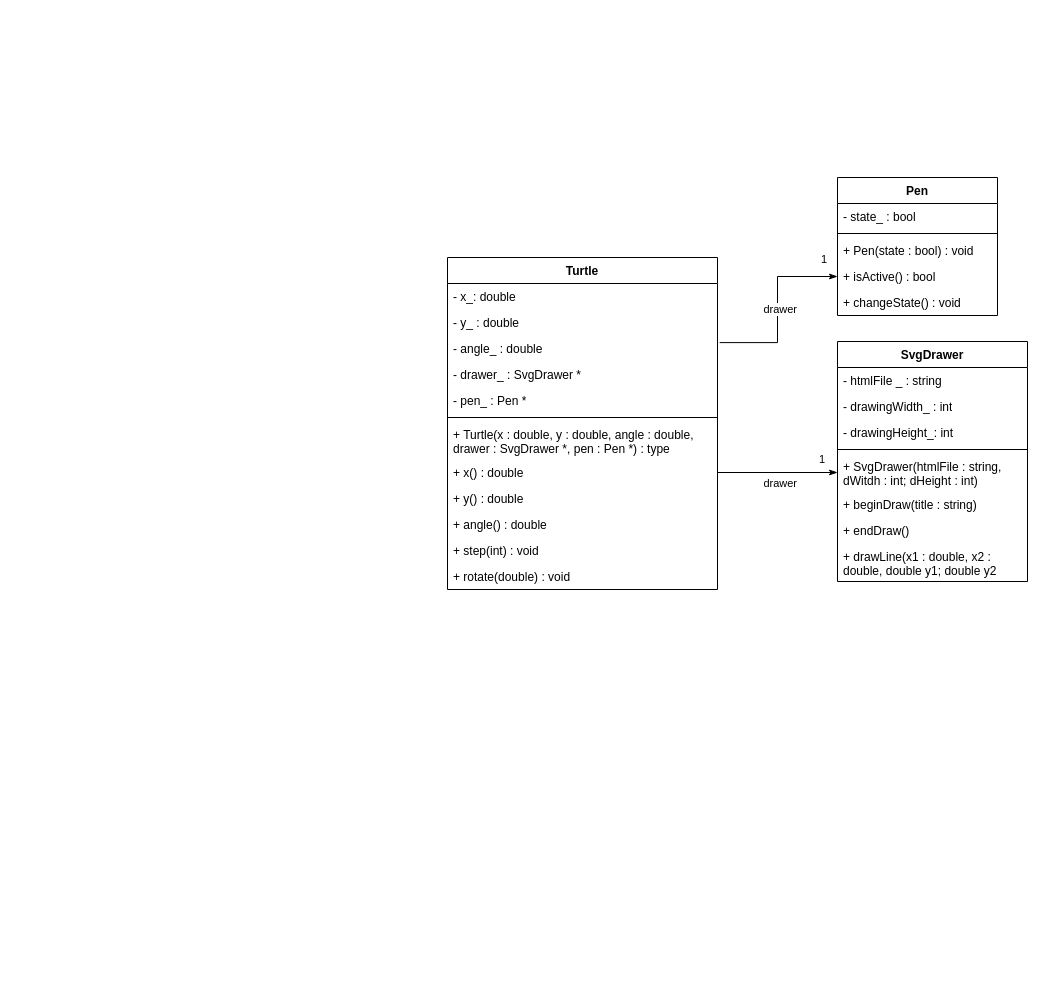
S1nwxy/ProjetPOO keeps this draw.io diagram as UML/UML.drawio. Above is the earlier version. Source tidied: cells renumbered, new cells numbered last; positions are measured from the earlier drawing's top-left corner, leaving out a move shared by most shapes. Both pictures are drawn from the tidied source at 100%, with x=0, y=0 at pixel (447, 177).
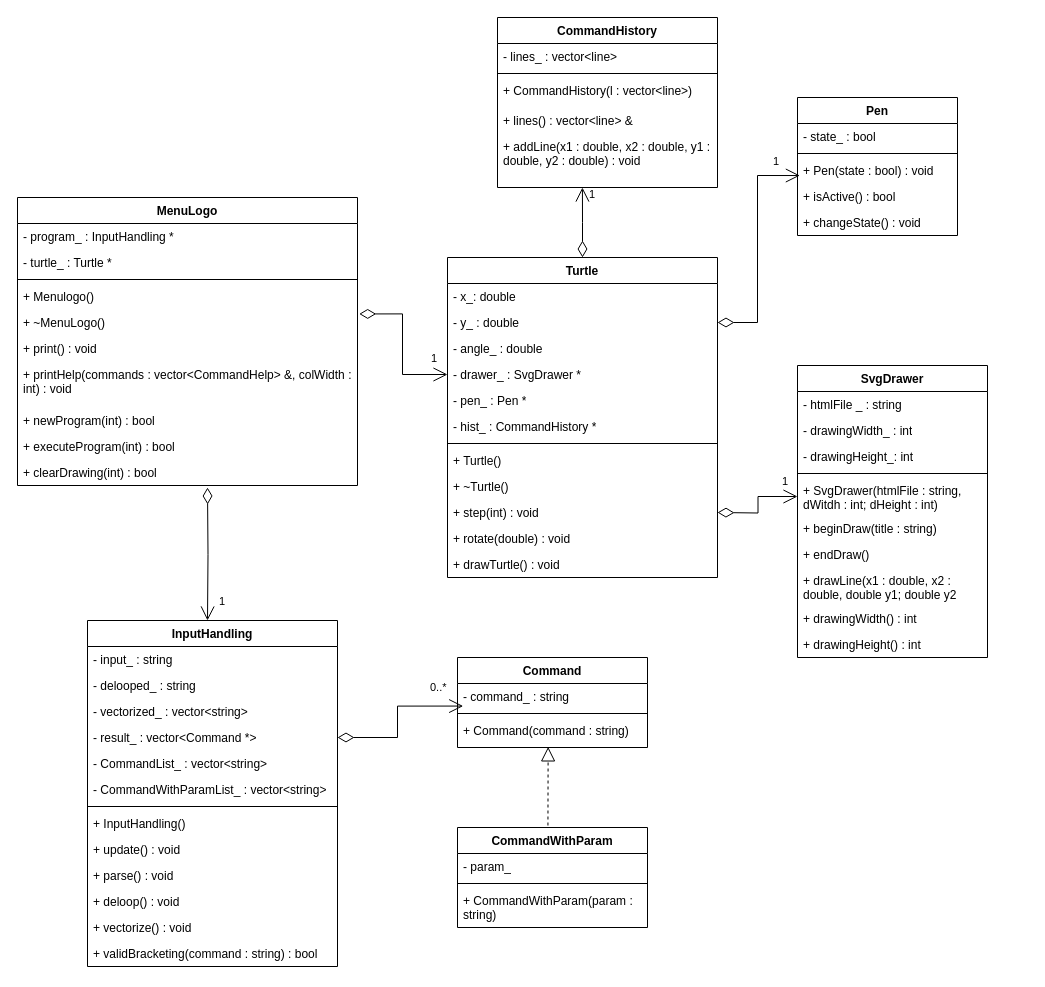
After the change.

Commit message (it also covers changes not shown here):
Update UML diagram

Unchanged cells that the change refers to:
```xml
<mxCell id="4" value="- y_ : double" style="text;strokeColor=none;fillColor=none;align=left;verticalAlign=top;spacingLeft=4;spacingRight=4;overflow=hidden;points=[[0,0.5],[1,0.5]];portConstraint=eastwest;whiteSpace=wrap;html=1;" parent="2" vertex="1">
  <mxGeometry y="52" width="270" height="26" as="geometry" />
</mxCell>
<mxCell id="5" value="- angle_ : double" style="text;strokeColor=none;fillColor=none;align=left;verticalAlign=top;spacingLeft=4;spacingRight=4;overflow=hidden;points=[[0,0.5],[1,0.5]];portConstraint=eastwest;whiteSpace=wrap;html=1;" parent="2" vertex="1">
  <mxGeometry y="78" width="270" height="26" as="geometry" />
</mxCell>
<mxCell id="6" value="- drawer_ : SvgDrawer *" style="text;strokeColor=none;fillColor=none;align=left;verticalAlign=top;spacingLeft=4;spacingRight=4;overflow=hidden;points=[[0,0.5],[1,0.5]];portConstraint=eastwest;whiteSpace=wrap;html=1;" parent="2" vertex="1">
  <mxGeometry y="104" width="270" height="26" as="geometry" />
</mxCell>
<mxCell id="18" value="+ Pen(state : bool) : void" style="text;strokeColor=none;fillColor=none;align=left;verticalAlign=top;spacingLeft=4;spacingRight=4;overflow=hidden;points=[[0,0.5],[1,0.5]];portConstraint=eastwest;whiteSpace=wrap;html=1;" parent="15" vertex="1">
  <mxGeometry y="60" width="160" height="26" as="geometry" />
</mxCell>
<mxCell id="19" value="+ isActive() : bool" style="text;strokeColor=none;fillColor=none;align=left;verticalAlign=top;spacingLeft=4;spacingRight=4;overflow=hidden;points=[[0,0.5],[1,0.5]];portConstraint=eastwest;whiteSpace=wrap;html=1;" parent="15" vertex="1">
  <mxGeometry y="86" width="160" height="26" as="geometry" />
</mxCell>
<mxCell id="26" value="+ SvgDrawer(htmlFile : string, dWitdh : int; dHeight : int)" style="text;strokeColor=none;fillColor=none;align=left;verticalAlign=top;spacingLeft=4;spacingRight=4;overflow=hidden;points=[[0,0.5],[1,0.5]];portConstraint=eastwest;whiteSpace=wrap;html=1;" parent="21" vertex="1">
  <mxGeometry y="112" width="190" height="38" as="geometry" />
</mxCell>
```

The edit, as a diff of the source:
```diff
@@
     <mxCell id="2" value="Turtle" style="swimlane;fontStyle=1;align=center;verticalAlign=top;horizontal=1;startSize=26;whiteSpace=wrap;html=1;" parent="1" vertex="1">
-      <mxGeometry y="80" width="270" height="332" as="geometry" />
+      <mxGeometry y="80" width="270" height="320" as="geometry" />
     </mxCell>
@@
+    <mxCell id="36" value="- hist_ : CommandHistory *" style="text;strokeColor=none;fillColor=none;align=left;verticalAlign=top;spacingLeft=4;spacingRight=4;overflow=hidden;whiteSpace=wrap;html=1;" parent="2" vertex="1">
+      <mxGeometry y="156" width="270" height="26" as="geometry" />
+    </mxCell>
     <mxCell id="8" style="line;strokeWidth=1;fillColor=none;align=left;verticalAlign=middle;spacingTop=-1;spacingLeft=3;spacingRight=3;labelPosition=right;strokeColor=inherit;" parent="2" vertex="1">
-      <mxGeometry y="156" width="270" height="8" as="geometry" />
+      <mxGeometry y="182" width="270" height="8" as="geometry" />
     </mxCell>
-    <mxCell id="9" value="+ Turtle(x : double, y : double, angle : double, drawer : SvgDrawer *, pen : Pen *) : type" style="text;strokeColor=none;fillColor=none;align=left;verticalAlign=top;spacingLeft=4;spacingRight=4;overflow=hidden;whiteSpace=wrap;html=1;" parent="2" vertex="1">
-      <mxGeometry y="164" width="270" height="38" as="geometry" />
-    </mxCell>
-    <mxCell id="10" value="+ x() : double" style="text;strokeColor=none;fillColor=none;align=left;verticalAlign=top;spacingLeft=4;spacingRight=4;overflow=hidden;points=[[0,0.5],[1,0.5]];portConstraint=eastwest;whiteSpace=wrap;html=1;" parent="2" vertex="1">
-      <mxGeometry y="202" width="270" height="26" as="geometry" />
-    </mxCell>
-    <mxCell id="11" value="+ y() : double" style="text;strokeColor=none;fillColor=none;align=left;verticalAlign=top;spacingLeft=4;spacingRight=4;overflow=hidden;whiteSpace=wrap;html=1;" parent="2" vertex="1">
-      <mxGeometry y="228" width="270" height="26" as="geometry" />
-    </mxCell>
-    <mxCell id="12" value="+ angle() : double" style="text;strokeColor=none;fillColor=none;align=left;verticalAlign=top;spacingLeft=4;spacingRight=4;overflow=hidden;whiteSpace=wrap;html=1;" parent="2" vertex="1">
-      <mxGeometry y="254" width="270" height="26" as="geometry" />
-    </mxCell>
+    <mxCell id="37" value="+ Turtle()" style="text;strokeColor=none;fillColor=none;align=left;verticalAlign=top;spacingLeft=4;spacingRight=4;overflow=hidden;whiteSpace=wrap;html=1;" parent="2" vertex="1">
+      <mxGeometry y="190" width="270" height="26" as="geometry" />
+    </mxCell>
+    <mxCell id="38" value="+ ~Turtle()" style="text;strokeColor=none;fillColor=none;align=left;verticalAlign=top;spacingLeft=4;spacingRight=4;overflow=hidden;whiteSpace=wrap;html=1;" parent="2" vertex="1">
+      <mxGeometry y="216" width="270" height="26" as="geometry" />
+    </mxCell>
     <mxCell id="13" value="+ step(int) : void" style="text;strokeColor=none;fillColor=none;align=left;verticalAlign=top;spacingLeft=4;spacingRight=4;overflow=hidden;whiteSpace=wrap;html=1;" parent="2" vertex="1">
-      <mxGeometry y="280" width="270" height="26" as="geometry" />
+      <mxGeometry y="242" width="270" height="26" as="geometry" />
     </mxCell>
     <mxCell id="14" value="+ rotate(double) : void" style="text;strokeColor=none;fillColor=none;align=left;verticalAlign=top;spacingLeft=4;spacingRight=4;overflow=hidden;whiteSpace=wrap;html=1;" parent="2" vertex="1">
-      <mxGeometry y="306" width="270" height="26" as="geometry" />
+      <mxGeometry y="268" width="270" height="26" as="geometry" />
     </mxCell>
+    <mxCell id="39" value="+ drawTurtle() : void" style="text;strokeColor=none;fillColor=none;align=left;verticalAlign=top;spacingLeft=4;spacingRight=4;overflow=hidden;whiteSpace=wrap;html=1;" parent="2" vertex="1">
+      <mxGeometry y="294" width="270" height="26" as="geometry" />
+    </mxCell>
     <mxCell id="15" value="Pen" style="swimlane;fontStyle=1;align=center;verticalAlign=top;horizontal=1;startSize=26;whiteSpace=wrap;html=1;" parent="1" vertex="1">
-      <mxGeometry x="390" width="160" height="138" as="geometry" />
+      <mxGeometry x="350" y="-80" width="160" height="138" as="geometry" />
     </mxCell>
@@
     <mxCell id="21" value="SvgDrawer" style="swimlane;fontStyle=1;align=center;verticalAlign=top;horizontal=1;startSize=26;whiteSpace=wrap;html=1;" parent="1" vertex="1">
-      <mxGeometry x="390" y="164" width="190" height="240" as="geometry" />
+      <mxGeometry x="350" y="188" width="190" height="292" as="geometry" />
     </mxCell>
@@
-    <mxCell id="30" style="endArrow=classicThin;html=1;rounded=0;exitX=1;exitY=0.5;exitDx=0;exitDy=0;entryX=0;entryY=0.5;entryDx=0;entryDy=0;endFill=1;" parent="1" edge="1" source="10" target="26">
-      <mxGeometry relative="1" as="geometry" />
-    </mxCell>
-    <mxCell id="31" value="1" style="edgeLabel;html=1;align=left;verticalAlign=bottom;" parent="30" vertex="1">
-      <mxGeometry x="-1" relative="1" as="geometry">
-        <mxPoint x="100" y="-5" as="offset" />
-      </mxGeometry>
-    </mxCell>
-    <mxCell id="32" value="drawer" style="edgeLabel;html=1;align=right;verticalAlign=bottom;" parent="30" vertex="1">
-      <mxGeometry x="1" relative="1" as="geometry">
-        <mxPoint x="-40" y="19" as="offset" />
-      </mxGeometry>
-    </mxCell>
-    <mxCell id="33" style="endArrow=classicThin;html=1;rounded=0;exitX=1.008;exitY=0.273;exitDx=0;exitDy=0;entryX=0;entryY=0.5;entryDx=0;entryDy=0;endFill=1;exitPerimeter=0;edgeStyle=orthogonalEdgeStyle;" parent="1" edge="1" source="5" target="19">
-      <mxGeometry relative="1" as="geometry" />
-    </mxCell>
-    <mxCell id="34" value="1" style="edgeLabel;html=1;align=left;verticalAlign=bottom;" parent="33" vertex="1">
-      <mxGeometry x="-1" relative="1" as="geometry">
-        <mxPoint x="100" y="-75" as="offset" />
-      </mxGeometry>
-    </mxCell>
-    <mxCell id="35" value="drawer" style="edgeLabel;html=1;align=right;verticalAlign=bottom;" parent="33" vertex="1">
-      <mxGeometry x="1" relative="1" as="geometry">
-        <mxPoint x="-40" y="41" as="offset" />
-      </mxGeometry>
-    </mxCell>
+    <mxCell id="40" value="+ drawingWidth() : int" style="text;strokeColor=none;fillColor=none;align=left;verticalAlign=top;spacingLeft=4;spacingRight=4;overflow=hidden;whiteSpace=wrap;html=1;" parent="21" vertex="1">
+      <mxGeometry y="240" width="190" height="26" as="geometry" />
+    </mxCell>
+    <mxCell id="41" value="+ drawingHeight() : int" style="text;strokeColor=none;fillColor=none;align=left;verticalAlign=top;spacingLeft=4;spacingRight=4;overflow=hidden;whiteSpace=wrap;html=1;" parent="21" vertex="1">
+      <mxGeometry y="266" width="190" height="26" as="geometry" />
+    </mxCell>
+    <mxCell id="42" value="CommandHistory" style="swimlane;fontStyle=1;align=center;verticalAlign=top;horizontal=1;startSize=26;whiteSpace=wrap;html=1;" parent="1" vertex="1">
+      <mxGeometry x="50" y="-160" width="220" height="170" as="geometry" />
+    </mxCell>
+    <mxCell id="43" value="- lines_ : vector&amp;lt;line&amp;gt;" style="text;strokeColor=none;fillColor=none;align=left;verticalAlign=top;spacingLeft=4;spacingRight=4;overflow=hidden;whiteSpace=wrap;html=1;" parent="42" vertex="1">
+      <mxGeometry y="26" width="220" height="26" as="geometry" />
+    </mxCell>
+    <mxCell id="44" style="line;strokeWidth=1;fillColor=none;align=left;verticalAlign=middle;spacingTop=-1;spacingLeft=3;spacingRight=3;labelPosition=right;strokeColor=inherit;" parent="42" vertex="1">
+      <mxGeometry y="52" width="220" height="8" as="geometry" />
+    </mxCell>
+    <mxCell id="45" value="+ CommandHistory(l : vector&amp;lt;line&amp;gt;)" style="text;strokeColor=none;fillColor=none;align=left;verticalAlign=top;spacingLeft=4;spacingRight=4;overflow=hidden;whiteSpace=wrap;html=1;" parent="42" vertex="1">
+      <mxGeometry y="60" width="220" height="30" as="geometry" />
+    </mxCell>
+    <mxCell id="46" value="+ lines() : vector&amp;lt;line&amp;gt; &amp;amp;" style="text;strokeColor=none;fillColor=none;align=left;verticalAlign=top;spacingLeft=4;spacingRight=4;overflow=hidden;whiteSpace=wrap;html=1;" parent="42" vertex="1">
+      <mxGeometry y="90" width="220" height="26" as="geometry" />
+    </mxCell>
+    <mxCell id="47" value="+ addLine(x1 : double, x2 : double, y1 : double, y2 : double) : void" style="text;strokeColor=none;fillColor=none;align=left;verticalAlign=top;spacingLeft=4;spacingRight=4;overflow=hidden;points=[[0,0.5],[1,0.5]];portConstraint=eastwest;whiteSpace=wrap;html=1;" parent="42" vertex="1">
+      <mxGeometry y="116" width="220" height="54" as="geometry" />
+    </mxCell>
+    <mxCell id="48" value="1" style="endArrow=open;html=1;endSize=12;startArrow=diamondThin;startSize=14;startFill=0;edgeStyle=orthogonalEdgeStyle;align=left;verticalAlign=bottom;rounded=0;exitX=0.5;exitY=0;exitDx=0;exitDy=0;entryX=0.386;entryY=1;entryDx=0;entryDy=0;entryPerimeter=0;" parent="1" edge="1" source="2" target="47">
+      <mxGeometry x="0.54" y="-5" relative="1" as="geometry" />
+    </mxCell>
+    <mxCell id="49" value="1" style="endArrow=open;html=1;endSize=12;startArrow=diamondThin;startSize=14;startFill=0;edgeStyle=orthogonalEdgeStyle;align=left;verticalAlign=bottom;rounded=0;exitX=1;exitY=0.5;exitDx=0;exitDy=0;entryX=0.015;entryY=0.694;entryDx=0;entryDy=0;entryPerimeter=0;" parent="1" edge="1" source="4" target="18">
+      <mxGeometry x="0.75" y="5" relative="1" as="geometry" />
+    </mxCell>
+    <mxCell id="50" value="1" style="endArrow=open;html=1;endSize=12;startArrow=diamondThin;startSize=14;startFill=0;edgeStyle=orthogonalEdgeStyle;align=left;verticalAlign=bottom;rounded=0;exitX=1;exitY=0.5;exitDx=0;exitDy=0;entryX=0;entryY=0.5;entryDx=0;entryDy=0;" parent="1" edge="1" target="26">
+      <mxGeometry x="0.66" y="6" relative="1" as="geometry">
+        <mxPoint x="270" y="335" as="sourcePoint" />
+      </mxGeometry>
+    </mxCell>
+    <mxCell id="51" value="MenuLogo" style="swimlane;fontStyle=1;align=center;verticalAlign=top;horizontal=1;startSize=26;whiteSpace=wrap;html=1;" parent="1" vertex="1">
+      <mxGeometry x="-430" y="20" width="340" height="288" as="geometry" />
+    </mxCell>
+    <mxCell id="52" value="- program_ : InputHandling *" style="text;strokeColor=none;fillColor=none;align=left;verticalAlign=top;spacingLeft=4;spacingRight=4;overflow=hidden;whiteSpace=wrap;html=1;" parent="51" vertex="1">
+      <mxGeometry y="26" width="340" height="26" as="geometry" />
+    </mxCell>
+    <mxCell id="53" value="- turtle_ : Turtle *" style="text;strokeColor=none;fillColor=none;align=left;verticalAlign=top;spacingLeft=4;spacingRight=4;overflow=hidden;whiteSpace=wrap;html=1;" parent="51" vertex="1">
+      <mxGeometry y="52" width="340" height="26" as="geometry" />
+    </mxCell>
+    <mxCell id="54" style="line;strokeWidth=1;fillColor=none;align=left;verticalAlign=middle;spacingTop=-1;spacingLeft=3;spacingRight=3;labelPosition=right;strokeColor=inherit;" parent="51" vertex="1">
+      <mxGeometry y="78" width="340" height="8" as="geometry" />
+    </mxCell>
+    <mxCell id="55" value="+ Menulogo()" style="text;strokeColor=none;fillColor=none;align=left;verticalAlign=top;spacingLeft=4;spacingRight=4;overflow=hidden;whiteSpace=wrap;html=1;" parent="51" vertex="1">
+      <mxGeometry y="86" width="340" height="26" as="geometry" />
+    </mxCell>
+    <mxCell id="56" value="+ ~MenuLogo()" style="text;strokeColor=none;fillColor=none;align=left;verticalAlign=top;spacingLeft=4;spacingRight=4;overflow=hidden;points=[[0,0.5],[1,0.5]];portConstraint=eastwest;whiteSpace=wrap;html=1;" parent="51" vertex="1">
+      <mxGeometry y="112" width="340" height="26" as="geometry" />
+    </mxCell>
+    <mxCell id="57" value="+ print() : void" style="text;strokeColor=none;fillColor=none;align=left;verticalAlign=top;spacingLeft=4;spacingRight=4;overflow=hidden;whiteSpace=wrap;html=1;" parent="51" vertex="1">
+      <mxGeometry y="138" width="340" height="26" as="geometry" />
+    </mxCell>
+    <mxCell id="58" value="+ printHelp(commands : vector&amp;lt;CommandHelp&amp;gt; &amp;amp;, colWidth : int) : void" style="text;strokeColor=none;fillColor=none;align=left;verticalAlign=top;spacingLeft=4;spacingRight=4;overflow=hidden;whiteSpace=wrap;html=1;" parent="51" vertex="1">
+      <mxGeometry y="164" width="340" height="46" as="geometry" />
+    </mxCell>
+    <mxCell id="59" value="+ newProgram(int) : bool" style="text;strokeColor=none;fillColor=none;align=left;verticalAlign=top;spacingLeft=4;spacingRight=4;overflow=hidden;whiteSpace=wrap;html=1;" parent="51" vertex="1">
+      <mxGeometry y="210" width="340" height="26" as="geometry" />
+    </mxCell>
+    <mxCell id="60" value="+ executeProgram(int) : bool" style="text;strokeColor=none;fillColor=none;align=left;verticalAlign=top;spacingLeft=4;spacingRight=4;overflow=hidden;whiteSpace=wrap;html=1;" parent="51" vertex="1">
+      <mxGeometry y="236" width="340" height="26" as="geometry" />
+    </mxCell>
+    <mxCell id="61" value="+ clearDrawing(int) : bool" style="text;strokeColor=none;fillColor=none;align=left;verticalAlign=top;spacingLeft=4;spacingRight=4;overflow=hidden;whiteSpace=wrap;html=1;" parent="51" vertex="1">
+      <mxGeometry y="262" width="340" height="26" as="geometry" />
+    </mxCell>
+    <mxCell id="62" value="1" style="endArrow=open;html=1;endSize=12;startArrow=diamondThin;startSize=14;startFill=0;edgeStyle=orthogonalEdgeStyle;align=left;verticalAlign=bottom;rounded=0;entryX=0;entryY=0.5;entryDx=0;entryDy=0;exitX=1.005;exitY=0.171;exitDx=0;exitDy=0;exitPerimeter=0;" parent="1" edge="1" source="56" target="6">
+      <mxGeometry x="0.76" y="7" relative="1" as="geometry" />
+    </mxCell>
+    <mxCell id="63" value="InputHandling" style="swimlane;fontStyle=1;align=center;verticalAlign=top;horizontal=1;startSize=26;whiteSpace=wrap;html=1;" parent="1" vertex="1">
+      <mxGeometry x="-360" y="443" width="250" height="346" as="geometry" />
+    </mxCell>
+    <mxCell id="64" value="- input_ : string" style="text;strokeColor=none;fillColor=none;align=left;verticalAlign=top;spacingLeft=4;spacingRight=4;overflow=hidden;whiteSpace=wrap;html=1;" parent="63" vertex="1">
+      <mxGeometry y="26" width="250" height="26" as="geometry" />
+    </mxCell>
+    <mxCell id="65" value="- delooped_ : string" style="text;strokeColor=none;fillColor=none;align=left;verticalAlign=top;spacingLeft=4;spacingRight=4;overflow=hidden;whiteSpace=wrap;html=1;" parent="63" vertex="1">
+      <mxGeometry y="52" width="250" height="26" as="geometry" />
+    </mxCell>
+    <mxCell id="66" value="- vectorized_ : vector&amp;lt;string&amp;gt;" style="text;strokeColor=none;fillColor=none;align=left;verticalAlign=top;spacingLeft=4;spacingRight=4;overflow=hidden;whiteSpace=wrap;html=1;" parent="63" vertex="1">
+      <mxGeometry y="78" width="250" height="26" as="geometry" />
+    </mxCell>
+    <mxCell id="67" value="- result_ : vector&amp;lt;Command *&amp;gt;" style="text;strokeColor=none;fillColor=none;align=left;verticalAlign=top;spacingLeft=4;spacingRight=4;overflow=hidden;points=[[0,0.5],[1,0.5]];portConstraint=eastwest;whiteSpace=wrap;html=1;" parent="63" vertex="1">
+      <mxGeometry y="104" width="250" height="26" as="geometry" />
+    </mxCell>
+    <mxCell id="68" value="- CommandList_ : vector&amp;lt;string&amp;gt;" style="text;strokeColor=none;fillColor=none;align=left;verticalAlign=top;spacingLeft=4;spacingRight=4;overflow=hidden;whiteSpace=wrap;html=1;" parent="63" vertex="1">
+      <mxGeometry y="130" width="250" height="26" as="geometry" />
+    </mxCell>
+    <mxCell id="69" value="- CommandWithParamList_ : vector&amp;lt;string&amp;gt;" style="text;strokeColor=none;fillColor=none;align=left;verticalAlign=top;spacingLeft=4;spacingRight=4;overflow=hidden;whiteSpace=wrap;html=1;" parent="63" vertex="1">
+      <mxGeometry y="156" width="250" height="26" as="geometry" />
+    </mxCell>
+    <mxCell id="70" style="line;strokeWidth=1;fillColor=none;align=left;verticalAlign=middle;spacingTop=-1;spacingLeft=3;spacingRight=3;labelPosition=right;strokeColor=inherit;" parent="63" vertex="1">
+      <mxGeometry y="182" width="250" height="8" as="geometry" />
+    </mxCell>
+    <mxCell id="71" value="+ InputHandling()" style="text;strokeColor=none;fillColor=none;align=left;verticalAlign=top;spacingLeft=4;spacingRight=4;overflow=hidden;whiteSpace=wrap;html=1;" parent="63" vertex="1">
+      <mxGeometry y="190" width="250" height="26" as="geometry" />
+    </mxCell>
+    <mxCell id="72" value="+ update() : void" style="text;strokeColor=none;fillColor=none;align=left;verticalAlign=top;spacingLeft=4;spacingRight=4;overflow=hidden;whiteSpace=wrap;html=1;" parent="63" vertex="1">
+      <mxGeometry y="216" width="250" height="26" as="geometry" />
+    </mxCell>
+    <mxCell id="73" value="+ parse() : void" style="text;strokeColor=none;fillColor=none;align=left;verticalAlign=top;spacingLeft=4;spacingRight=4;overflow=hidden;whiteSpace=wrap;html=1;" parent="63" vertex="1">
+      <mxGeometry y="242" width="250" height="26" as="geometry" />
+    </mxCell>
+    <mxCell id="74" value="+ deloop() : void" style="text;strokeColor=none;fillColor=none;align=left;verticalAlign=top;spacingLeft=4;spacingRight=4;overflow=hidden;whiteSpace=wrap;html=1;" parent="63" vertex="1">
+      <mxGeometry y="268" width="250" height="26" as="geometry" />
+    </mxCell>
+    <mxCell id="75" value="+ vectorize() : void" style="text;strokeColor=none;fillColor=none;align=left;verticalAlign=top;spacingLeft=4;spacingRight=4;overflow=hidden;whiteSpace=wrap;html=1;" parent="63" vertex="1">
+      <mxGeometry y="294" width="250" height="26" as="geometry" />
+    </mxCell>
+    <mxCell id="76" value="+ validBracketing(command : string) : bool" style="text;strokeColor=none;fillColor=none;align=left;verticalAlign=top;spacingLeft=4;spacingRight=4;overflow=hidden;whiteSpace=wrap;html=1;" parent="63" vertex="1">
+      <mxGeometry y="320" width="250" height="26" as="geometry" />
+    </mxCell>
+    <mxCell id="77" value="1" style="endArrow=open;html=1;endSize=12;startArrow=diamondThin;startSize=14;startFill=0;edgeStyle=orthogonalEdgeStyle;align=left;verticalAlign=bottom;rounded=0;entryX=0.48;entryY=0;entryDx=0;entryDy=0;entryPerimeter=0;" parent="1" edge="1" target="63">
+      <mxGeometry x="0.86" y="10" relative="1" as="geometry">
+        <mxPoint x="-240" y="310" as="sourcePoint" />
+      </mxGeometry>
+    </mxCell>
+    <mxCell id="78" value="Command" style="swimlane;fontStyle=1;align=center;verticalAlign=top;horizontal=1;startSize=26;whiteSpace=wrap;html=1;" parent="1" vertex="1">
+      <mxGeometry x="10" y="480" width="190" height="90" as="geometry" />
+    </mxCell>
+    <mxCell id="79" value="- command_ : string" style="text;strokeColor=none;fillColor=none;align=left;verticalAlign=top;spacingLeft=4;spacingRight=4;overflow=hidden;points=[[0,0.5],[1,0.5]];portConstraint=eastwest;whiteSpace=wrap;html=1;" parent="78" vertex="1">
+      <mxGeometry y="26" width="190" height="26" as="geometry" />
+    </mxCell>
+    <mxCell id="80" style="line;strokeWidth=1;fillColor=none;align=left;verticalAlign=middle;spacingTop=-1;spacingLeft=3;spacingRight=3;labelPosition=right;strokeColor=inherit;" parent="78" vertex="1">
+      <mxGeometry y="52" width="190" height="8" as="geometry" />
+    </mxCell>
+    <mxCell id="81" value="+ Command(command : string)" style="text;strokeColor=none;fillColor=none;align=left;verticalAlign=top;spacingLeft=4;spacingRight=4;overflow=hidden;points=[[0,0.5],[1,0.5]];portConstraint=eastwest;whiteSpace=wrap;html=1;" parent="78" vertex="1">
+      <mxGeometry y="60" width="190" height="30" as="geometry" />
+    </mxCell>
+    <mxCell id="82" value="0..*" style="endArrow=open;html=1;endSize=12;startArrow=diamondThin;startSize=14;startFill=0;edgeStyle=orthogonalEdgeStyle;align=left;verticalAlign=bottom;rounded=0;exitX=1;exitY=0.5;exitDx=0;exitDy=0;entryX=0.03;entryY=0.868;entryDx=0;entryDy=0;entryPerimeter=0;" parent="1" edge="1" source="67" target="79">
+      <mxGeometry x="0.55" y="10" relative="1" as="geometry" />
+    </mxCell>
+    <mxCell id="83" value="CommandWithParam" style="swimlane;fontStyle=1;align=center;verticalAlign=top;horizontal=1;startSize=26;whiteSpace=wrap;html=1;" parent="1" vertex="1">
+      <mxGeometry x="10" y="650" width="190" height="100" as="geometry" />
+    </mxCell>
+    <mxCell id="84" value="- param_" style="text;strokeColor=none;fillColor=none;align=left;verticalAlign=top;spacingLeft=4;spacingRight=4;overflow=hidden;whiteSpace=wrap;html=1;" parent="83" vertex="1">
+      <mxGeometry y="26" width="190" height="26" as="geometry" />
+    </mxCell>
+    <mxCell id="85" style="line;strokeWidth=1;fillColor=none;align=left;verticalAlign=middle;spacingTop=-1;spacingLeft=3;spacingRight=3;labelPosition=right;strokeColor=inherit;" parent="83" vertex="1">
+      <mxGeometry y="52" width="190" height="8" as="geometry" />
+    </mxCell>
+    <mxCell id="86" value="+ CommandWithParam(param : string)" style="text;strokeColor=none;fillColor=none;align=left;verticalAlign=top;spacingLeft=4;spacingRight=4;overflow=hidden;whiteSpace=wrap;html=1;" parent="83" vertex="1">
+      <mxGeometry y="60" width="190" height="40" as="geometry" />
+    </mxCell>
+    <mxCell id="87" style="endArrow=block;dashed=1;endFill=0;endSize=12;html=1;rounded=0;exitX=0.476;exitY=-0.02;exitDx=0;exitDy=0;exitPerimeter=0;entryX=0.477;entryY=0.98;entryDx=0;entryDy=0;entryPerimeter=0;" parent="1" edge="1" source="83" target="81">
+      <mxGeometry relative="1" as="geometry" />
+    </mxCell>
```
